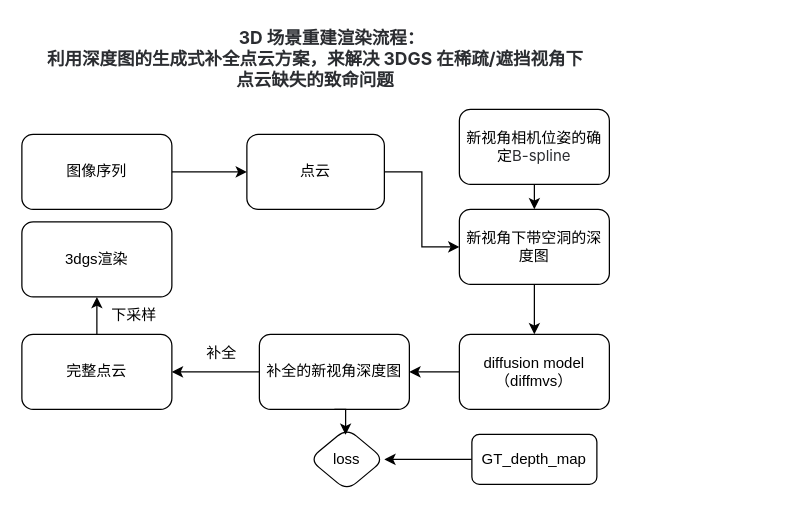
Earlier version of the draw.io diagram model_net.drawio (zzcPeace/draw.io). Source tidied: cells renumbered, new cells numbered last; positions are measured from the earlier drawing's top-left corner, leaving out a move shared by most shapes. Both pictures are drawn from the tidied source at 125%, with x=0, y=0 at pixel (21, 21).
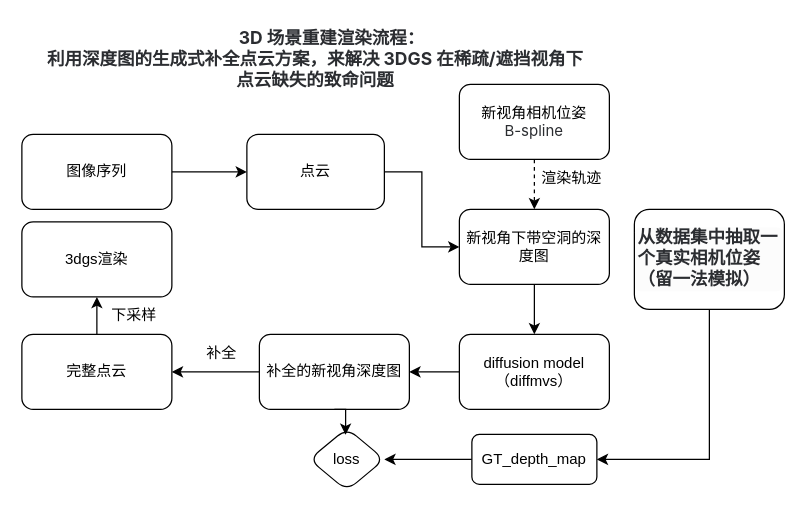
Above is the later version.

Unchanged cells that the change refers to:
```xml
<mxCell id="16" value="GT_depth_map" style="rounded=1;whiteSpace=wrap;html=1;" parent="1" vertex="1">
  <mxGeometry x="360" y="330" width="100" height="40" as="geometry" />
</mxCell>
<mxCell id="19" value="新视角下带空洞的深度图" style="rounded=1;whiteSpace=wrap;html=1;" parent="1" vertex="1">
  <mxGeometry x="350" y="150" width="120" height="60" as="geometry" />
</mxCell>
```

What changed in the source:
```diff
@@
-    <mxCell id="6" style="edgeStyle=orthogonalEdgeStyle;rounded=0;jettySize=auto;html=1;exitX=0.5;exitY=1;exitDx=0;exitDy=0;entryX=0.5;entryY=0;entryDx=0;entryDy=0;" parent="1" edge="1" source="7" target="19">
-      <mxGeometry relative="1" as="geometry" />
+    <mxCell id="6" style="edgeStyle=orthogonalEdgeStyle;rounded=0;jettySize=auto;html=1;dashed=1;" parent="1" edge="1" source="7" target="19">
+      <mxGeometry relative="1" as="geometry">
+        <Array as="points">
+          <mxPoint x="410" y="140" />
+          <mxPoint x="410" y="140" />
+        </Array>
+      </mxGeometry>
     </mxCell>
-    <mxCell id="7" value="新视角相机位姿的确定&lt;span class=&quot;ng-star-inserted&quot; style=&quot;box-sizing: border-box; color: rgb(43, 45, 49); font-family: Inter, sans-serif; text-align: start; background-color: rgb(255, 255, 255);&quot;&gt;&lt;span class=&quot;ng-star-inserted&quot; style=&quot;box-sizing: border-box;&quot;&gt;&lt;font style=&quot;&quot;&gt;B-spline&lt;/font&gt;&lt;/span&gt;&lt;/span&gt;" style="whiteSpace=wrap;html=1;rounded=1;" parent="1" vertex="1">
-      <mxGeometry x="350" y="70" width="120" height="60" as="geometry" />
+    <mxCell id="7" value="新视角相机位姿&lt;div&gt;&lt;span class=&quot;ng-star-inserted&quot; style=&quot;box-sizing: border-box; color: rgb(43, 45, 49); font-family: Inter, sans-serif; text-align: start; background-color: rgb(255, 255, 255);&quot;&gt;&lt;span class=&quot;ng-star-inserted&quot; style=&quot;box-sizing: border-box;&quot;&gt;&lt;font style=&quot;&quot;&gt;B-spline&lt;/font&gt;&lt;/span&gt;&lt;/span&gt;&lt;/div&gt;" style="whiteSpace=wrap;html=1;rounded=1;" parent="1" vertex="1">
+      <mxGeometry x="350" y="50" width="120" height="60" as="geometry" />
     </mxCell>
@@
+    <mxCell id="25" style="edgeStyle=orthogonalEdgeStyle;rounded=0;jettySize=auto;html=1;exitX=0.5;exitY=1;exitDx=0;exitDy=0;entryX=1;entryY=0.5;entryDx=0;entryDy=0;" parent="1" edge="1" source="26" target="16">
+      <mxGeometry relative="1" as="geometry" />
+    </mxCell>
+    <mxCell id="26" value="&lt;br&gt;&lt;div&gt;&lt;strong class=&quot;ng-star-inserted&quot; style=&quot;box-sizing: border-box; color: rgb(43, 45, 49); font-family: Inter, sans-serif; font-size: 14px; font-style: normal; font-variant-ligatures: normal; font-variant-caps: normal; letter-spacing: normal; orphans: 2; text-align: start; text-indent: 0px; text-transform: none; widows: 2; word-spacing: 0px; -webkit-text-stroke-width: 0px; white-space: normal; background-color: rgb(255, 255, 255); text-decoration-thickness: initial; text-decoration-style: initial; text-decoration-color: initial;&quot;&gt;&lt;span class=&quot;inline-code ng-star-inserted&quot; style=&quot;box-sizing: border-box; background: none 0% 0% / auto repeat scroll padding-box border-box rgb(252, 252, 252); border: none; border-radius: 4px; color: rgb(43, 45, 49); display: inline-block; font-family: &amp;quot;DM Mono&amp;quot;, monospace; font-size: 1em; padding: 0px 2px;&quot;&gt;从数据集中抽取一个真实相机位姿（留一法模拟）&lt;/span&gt;&lt;/strong&gt;&lt;br&gt;&lt;br&gt;&lt;/div&gt;" style="rounded=1;whiteSpace=wrap;html=1;" parent="1" vertex="1">
+      <mxGeometry x="490" y="150" width="120" height="80" as="geometry" />
+    </mxCell>
+    <mxCell id="27" value="渲染轨迹" style="text;html=1;whiteSpace=wrap;strokeColor=none;fillColor=none;align=center;verticalAlign=middle;rounded=0;" parent="1" vertex="1">
+      <mxGeometry x="410" y="110" width="60" height="30" as="geometry" />
+    </mxCell>
```
